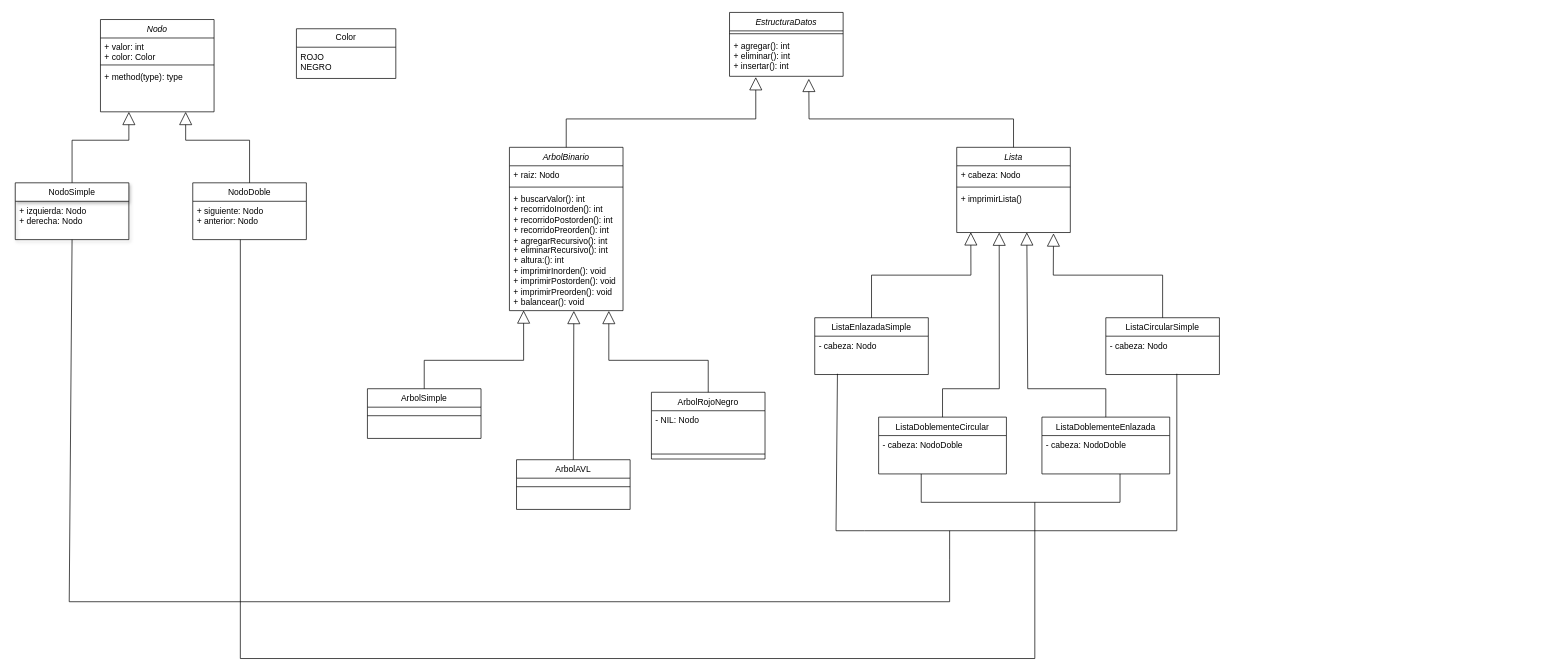
The draw.io diagram ArbolBinario.drawio in ArianaSarango/ArbolBinario, before the edit. Source tidied: cells renumbered, new cells numbered last; positions are measured from the earlier drawing's top-left corner, leaving out a move shared by most shapes. Both pictures are drawn from the tidied source at 71%, with x=0, y=0 at pixel (15, 12).
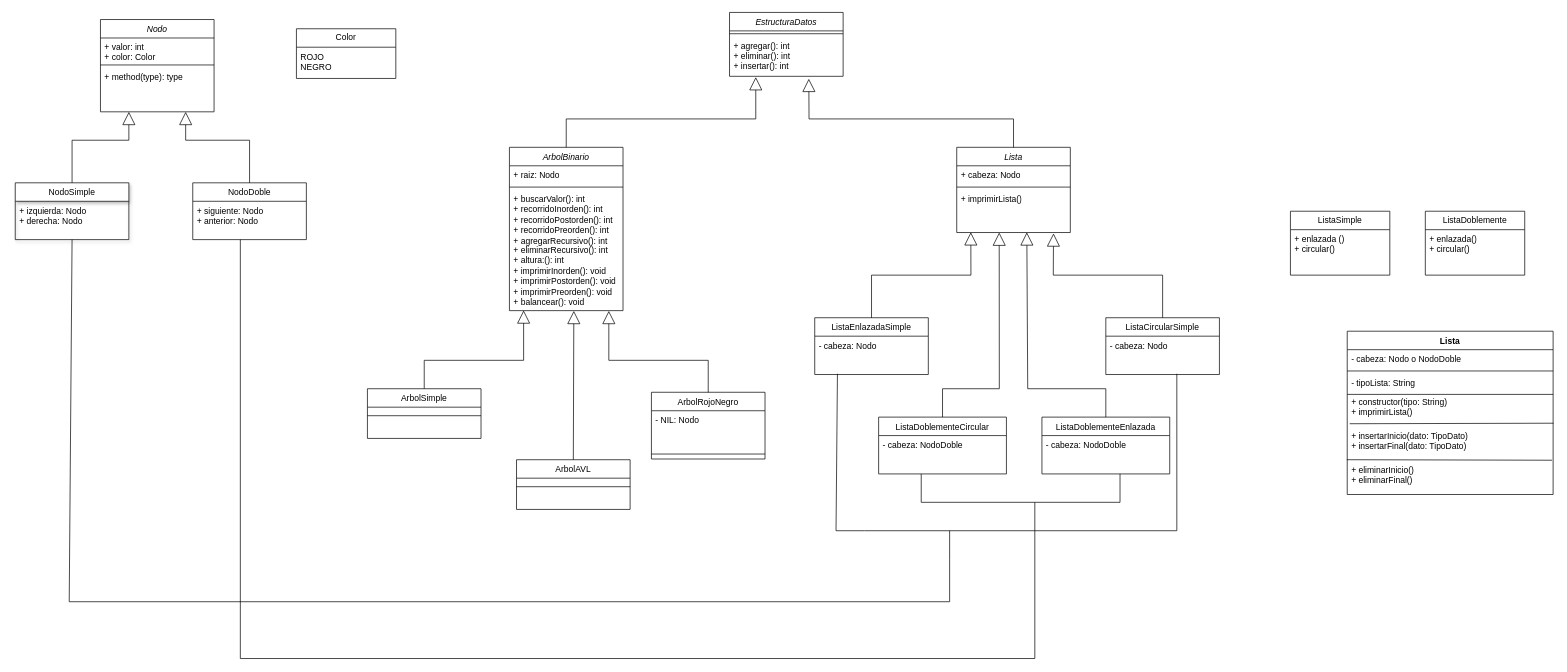
Above is the later version.

Change to the diagram source:
```diff
@@
+    <mxCell id="57" value="&lt;div&gt;ListaSimple&lt;/div&gt;" style="swimlane;fontStyle=0;horizontal=1;startSize=26;fillColor=none;whiteSpace=wrap;html=1;" parent="1" vertex="1">
+      <mxGeometry x="1796" y="280" width="140" height="90" as="geometry" />
+    </mxCell>
+    <mxCell id="58" value="&lt;div&gt;+ enlazada ()&lt;/div&gt;&lt;div&gt;+ circular()&lt;br&gt;&lt;/div&gt;" style="text;strokeColor=none;fillColor=none;align=left;verticalAlign=top;spacingLeft=4;spacingRight=4;overflow=hidden;whiteSpace=wrap;html=1;" parent="57" vertex="1">
+      <mxGeometry y="26" width="140" height="64" as="geometry" />
+    </mxCell>
+    <mxCell id="59" value="ListaDoblemente" style="swimlane;fontStyle=0;horizontal=1;startSize=26;fillColor=none;whiteSpace=wrap;html=1;" parent="1" vertex="1">
+      <mxGeometry x="1986" y="280" width="140" height="90" as="geometry" />
+    </mxCell>
+    <mxCell id="60" value="&lt;div&gt;+ enlazada() &lt;br&gt;&lt;/div&gt;&lt;div&gt;+ circular()&lt;br&gt;&lt;/div&gt;" style="text;strokeColor=none;fillColor=none;align=left;verticalAlign=top;spacingLeft=4;spacingRight=4;overflow=hidden;whiteSpace=wrap;html=1;" parent="59" vertex="1">
+      <mxGeometry y="26" width="140" height="64" as="geometry" />
+    </mxCell>
+    <mxCell id="61" value="Lista " style="swimlane;fontStyle=1;align=center;verticalAlign=top;horizontal=1;startSize=26;whiteSpace=wrap;html=1;" parent="1" vertex="1">
+      <mxGeometry x="1876" y="449" width="290" height="230" as="geometry" />
+    </mxCell>
+    <mxCell id="62" value="- cabeza: Nodo o NodoDoble   " style="text;strokeColor=none;fillColor=none;align=left;verticalAlign=top;spacingLeft=4;spacingRight=4;overflow=hidden;whiteSpace=wrap;html=1;" parent="61" vertex="1">
+      <mxGeometry y="26" width="290" height="26" as="geometry" />
+    </mxCell>
+    <mxCell id="63" style="line;strokeWidth=1;fillColor=none;align=left;verticalAlign=middle;spacingTop=-1;spacingLeft=3;spacingRight=3;labelPosition=right;strokeColor=inherit;" parent="61" vertex="1">
+      <mxGeometry y="52" width="290" height="8" as="geometry" />
+    </mxCell>
+    <mxCell id="64" value="- tipoLista: String" style="text;strokeColor=none;fillColor=none;align=left;verticalAlign=top;spacingLeft=4;spacingRight=4;overflow=hidden;whiteSpace=wrap;html=1;" parent="61" vertex="1">
+      <mxGeometry y="60" width="290" height="26" as="geometry" />
+    </mxCell>
+    <mxCell id="65" value="+ constructor(tipo: String)&amp;nbsp;&amp;nbsp;&amp;nbsp;&amp;nbsp;&amp;nbsp;&amp;nbsp;&amp;nbsp;&amp;nbsp;&amp;nbsp;&amp;nbsp;&amp;nbsp;&amp;nbsp;&amp;nbsp;&amp;nbsp;&amp;nbsp;&amp;nbsp;&amp;nbsp;&amp;nbsp;&amp;nbsp;&amp;nbsp;&amp;nbsp;&amp;nbsp;&amp;nbsp;&amp;nbsp;&amp;nbsp;&amp;nbsp;&amp;nbsp;&amp;nbsp;&amp;nbsp; &amp;nbsp;&lt;br&gt;+ imprimirLista()&amp;nbsp; " style="text;strokeColor=none;fillColor=none;align=left;verticalAlign=top;spacingLeft=4;spacingRight=4;overflow=hidden;points=[[0,0.5],[1,0.5]];portConstraint=eastwest;whiteSpace=wrap;html=1;" parent="61" vertex="1">
+      <mxGeometry y="86" width="290" height="48" as="geometry" />
+    </mxCell>
+    <mxCell id="66" value="+ insertarInicio(dato: TipoDato)&amp;nbsp;&amp;nbsp;&amp;nbsp;&amp;nbsp;&amp;nbsp;&amp;nbsp;&amp;nbsp;&amp;nbsp;&amp;nbsp;&amp;nbsp;&amp;nbsp;&amp;nbsp;&amp;nbsp;&amp;nbsp;&amp;nbsp;&amp;nbsp;&amp;nbsp;&amp;nbsp;&amp;nbsp;&amp;nbsp;&amp;nbsp;&amp;nbsp;&amp;nbsp;&amp;nbsp;&amp;nbsp;&amp;nbsp; &amp;nbsp;&lt;br&gt;+ insertarFinal(dato: TipoDato)&amp;nbsp;&amp;nbsp; " style="text;strokeColor=none;fillColor=none;align=left;verticalAlign=top;spacingLeft=4;spacingRight=4;overflow=hidden;points=[[0,0.5],[1,0.5]];portConstraint=eastwest;whiteSpace=wrap;html=1;" parent="61" vertex="1">
+      <mxGeometry y="134" width="290" height="48" as="geometry" />
+    </mxCell>
+    <mxCell id="67" value="+ eliminarInicio()&amp;nbsp;&amp;nbsp;&amp;nbsp;&amp;nbsp;&amp;nbsp;&amp;nbsp;&amp;nbsp;&amp;nbsp;&amp;nbsp;&amp;nbsp;&amp;nbsp;&amp;nbsp;&amp;nbsp;&amp;nbsp;&amp;nbsp;&amp;nbsp;&amp;nbsp;&amp;nbsp;&amp;nbsp;&amp;nbsp;&amp;nbsp;&amp;nbsp;&amp;nbsp;&amp;nbsp;&amp;nbsp;&amp;nbsp;&amp;nbsp;&amp;nbsp;&amp;nbsp;&amp;nbsp;&amp;nbsp;&amp;nbsp;&amp;nbsp;&amp;nbsp;&amp;nbsp;&amp;nbsp;&amp;nbsp;&amp;nbsp;&amp;nbsp;&amp;nbsp; &amp;nbsp;&lt;br&gt;+ eliminarFinal() " style="text;strokeColor=none;fillColor=none;align=left;verticalAlign=top;spacingLeft=4;spacingRight=4;overflow=hidden;points=[[0,0.5],[1,0.5]];portConstraint=eastwest;whiteSpace=wrap;html=1;" parent="61" vertex="1">
+      <mxGeometry y="182" width="290" height="48" as="geometry" />
+    </mxCell>
+    <mxCell id="68" style="endArrow=none;html=1;rounded=0;exitX=0.012;exitY=-0.077;exitDx=0;exitDy=0;exitPerimeter=0;entryX=1.002;entryY=0.908;entryDx=0;entryDy=0;entryPerimeter=0;" parent="61" edge="1" source="66" target="65">
+      <mxGeometry relative="1" as="geometry" />
+    </mxCell>
+    <mxCell id="69" style="endArrow=none;html=1;rounded=0;exitX=-0.002;exitY=-0.021;exitDx=0;exitDy=0;exitPerimeter=0;entryX=0.995;entryY=-0.006;entryDx=0;entryDy=0;entryPerimeter=0;" parent="61" edge="1" source="67" target="67">
+      <mxGeometry relative="1" as="geometry" />
+    </mxCell>
+    <mxCell id="70" style="endArrow=none;html=1;rounded=0;" parent="1" edge="1">
+      <mxGeometry relative="1" as="geometry">
+        <mxPoint x="1876" y="538" as="sourcePoint" />
+        <mxPoint x="2166" y="538" as="targetPoint" />
+      </mxGeometry>
+    </mxCell>
```
